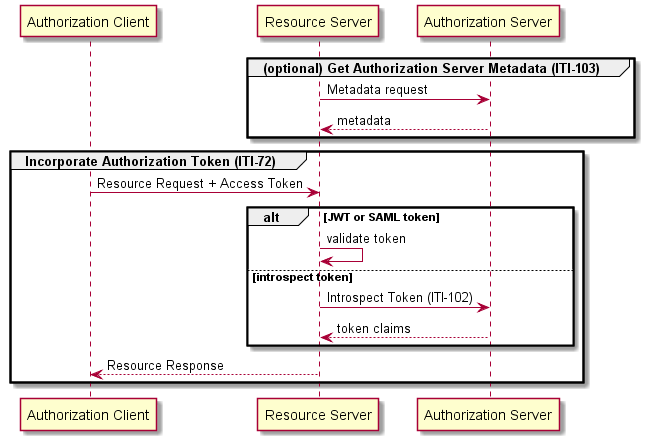
Above: media/incorporate-token.png in IHE/ITI.IUA (PlantUML), before the change. Its diagram source:
```plantuml
@startuml incorporate-token

participant "Authorization Client" as client
participant "Resource Server" as rs
participant "Authorization Server" as as

group (optional) Get Authorization Server Metadata (ITI-103)
    rs -> as : Metadata request
    as --> rs: metadata
end

group Incorporate Authorization Token (ITI-72)

client -> rs : Resource Request + Access Token

alt JWT or SAML token
  rs -> rs: validate token

else introspect token
    rs -> as : Introspect Token (ITI-102)
    as --> rs: token claims
end

client <-- rs : Resource Response
end
@enduml
```
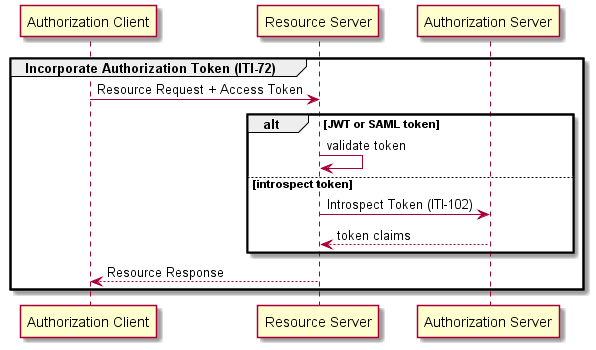
The same file after the commit.

Diff of the diagram source:
```diff
@@ -3,11 +3,6 @@
 participant "Authorization Client" as client
 participant "Resource Server" as rs
 participant "Authorization Server" as as
-
-group (optional) Get Authorization Server Metadata (ITI-103)
-    rs -> as : Metadata request
-    as --> rs: metadata
-end
 
 group Incorporate Authorization Token (ITI-72)
 
```
